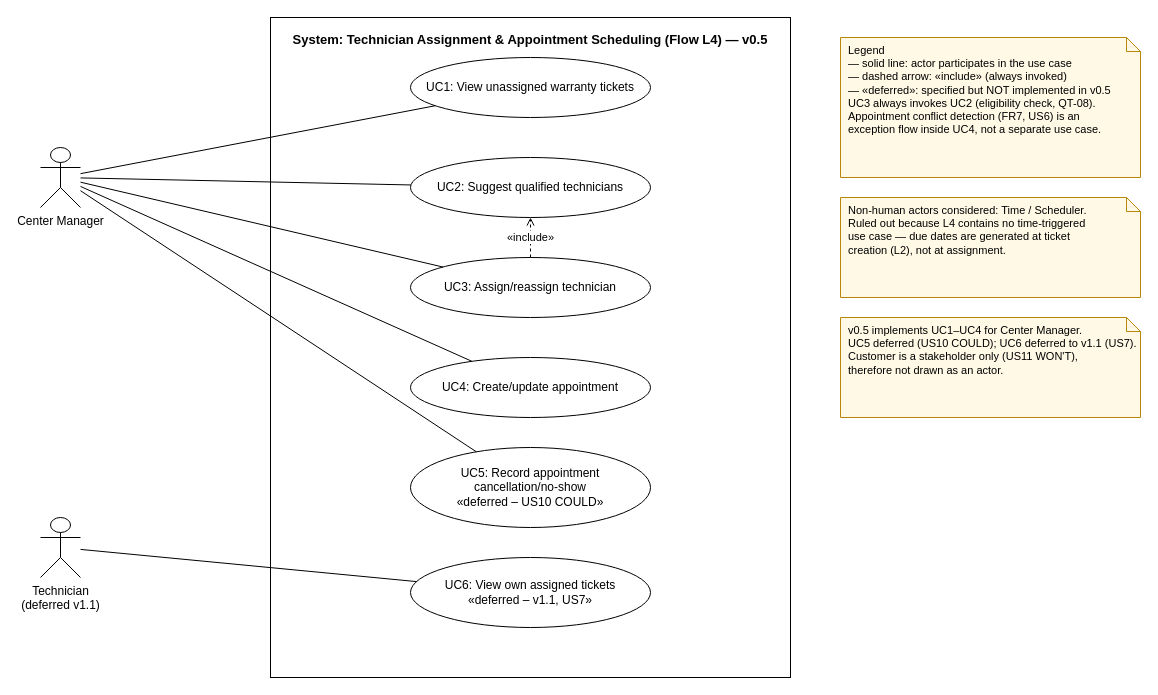
RASPHONE/cdtn1-rasphonesamphanthamith-l4 keeps this draw.io diagram as docs/usecase_l4_en.drawio. Above is the earlier version. Source tidied: cells renumbered, new cells numbered last; positions are measured from the earlier drawing's top-left corner, leaving out a move shared by most shapes. Both pictures are drawn from the tidied source at 100%, with x=0, y=0 at pixel (40, 17).
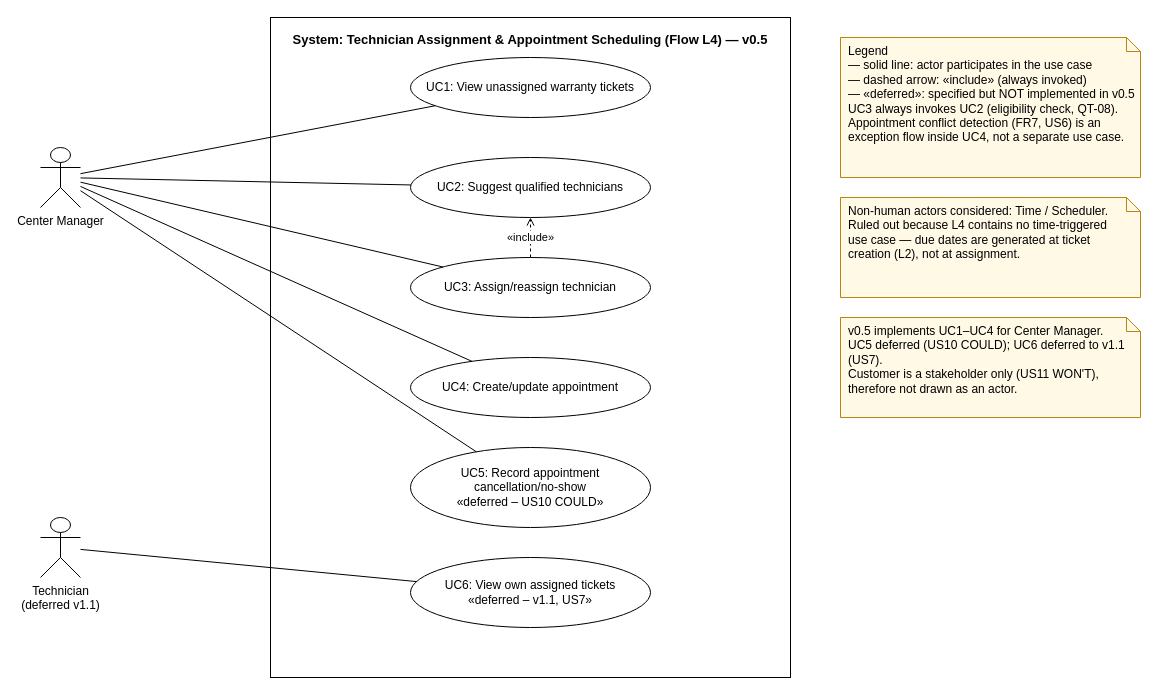
After the change.

The edit, as a diff of the source:
```diff
@@
-    <mxCell id="18" value="Legend&#10;— solid line: actor participates in the use case&#10;— dashed arrow: «include» (always invoked)&#10;— «deferred»: specified but NOT implemented in v0.5&#10;UC3 always invokes UC2 (eligibility check, QT-08).&#10;Appointment conflict detection (FR7, US6) is an&#10;exception flow inside UC4, not a separate use case." style="shape=note;whiteSpace=wrap;html=1;size=14;align=left;verticalAlign=top;spacingLeft=6;fontSize=11;fillColor=#FFF9E6;strokeColor=#B8860B;" parent="1" vertex="1">
+    <mxCell id="18" value="Legend&#10;— solid line: actor participates in the use case&#10;— dashed arrow: «include» (always invoked)&#10;— «deferred»: specified but NOT implemented in v0.5&#10;UC3 always invokes UC2 (eligibility check, QT-08).&#10;Appointment conflict detection (FR7, US6) is an&#10;exception flow inside UC4, not a separate use case." style="shape=note;whiteSpace=wrap;html=1;size=14;align=left;verticalAlign=top;spacingLeft=6;fontSize=12;fillColor=#FFF9E6;strokeColor=#B8860B;" parent="1" vertex="1">
       <mxGeometry x="800" y="20" width="300" height="140" as="geometry" />
     </mxCell>
-    <mxCell id="19" value="Non-human actors considered: Time / Scheduler.&#10;Ruled out because L4 contains no time-triggered&#10;use case — due dates are generated at ticket&#10;creation (L2), not at assignment." style="shape=note;whiteSpace=wrap;html=1;size=14;align=left;verticalAlign=top;spacingLeft=6;fontSize=11;fillColor=#FFF9E6;strokeColor=#B8860B;" parent="1" vertex="1">
+    <mxCell id="19" value="Non-human actors considered: Time / Scheduler.&#10;Ruled out because L4 contains no time-triggered&#10;use case — due dates are generated at ticket&#10;creation (L2), not at assignment." style="shape=note;whiteSpace=wrap;html=1;size=14;align=left;verticalAlign=top;spacingLeft=6;fontSize=12;fillColor=#FFF9E6;strokeColor=#B8860B;" parent="1" vertex="1">
       <mxGeometry x="800" y="180" width="300" height="100" as="geometry" />
     </mxCell>
-    <mxCell id="20" value="v0.5 implements UC1–UC4 for Center Manager.&#10;UC5 deferred (US10 COULD); UC6 deferred to v1.1 (US7).&#10;Customer is a stakeholder only (US11 WON'T),&#10;therefore not drawn as an actor." style="shape=note;whiteSpace=wrap;html=1;size=14;align=left;verticalAlign=top;spacingLeft=6;fontSize=11;fillColor=#FFF9E6;strokeColor=#B8860B;" parent="1" vertex="1">
+    <mxCell id="20" value="v0.5 implements UC1–UC4 for Center Manager.&#10;UC5 deferred (US10 COULD); UC6 deferred to v1.1 (US7).&#10;Customer is a stakeholder only (US11 WON'T),&#10;therefore not drawn as an actor." style="shape=note;whiteSpace=wrap;html=1;size=14;align=left;verticalAlign=top;spacingLeft=6;fontSize=12;fillColor=#FFF9E6;strokeColor=#B8860B;" parent="1" vertex="1">
       <mxGeometry x="800" y="300" width="300" height="100" as="geometry" />
     </mxCell>
```
